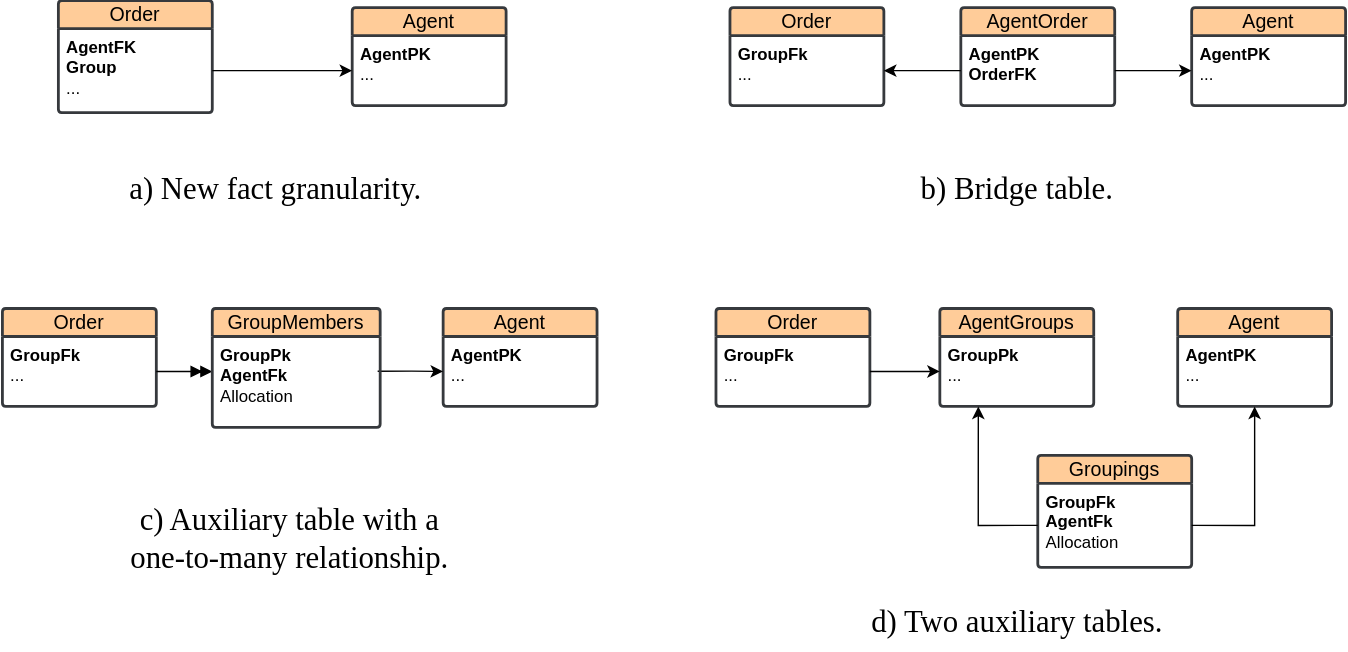
This is DSD/src/img/multivalued_dimensions.svg from Slocon00/DSS-2526-notes, a draw.io export, as it was before one commit. Source tidied: cells renumbered, new cells last; positions are measured from the earlier drawing's top-left corner, leaving out a move shared by most shapes.
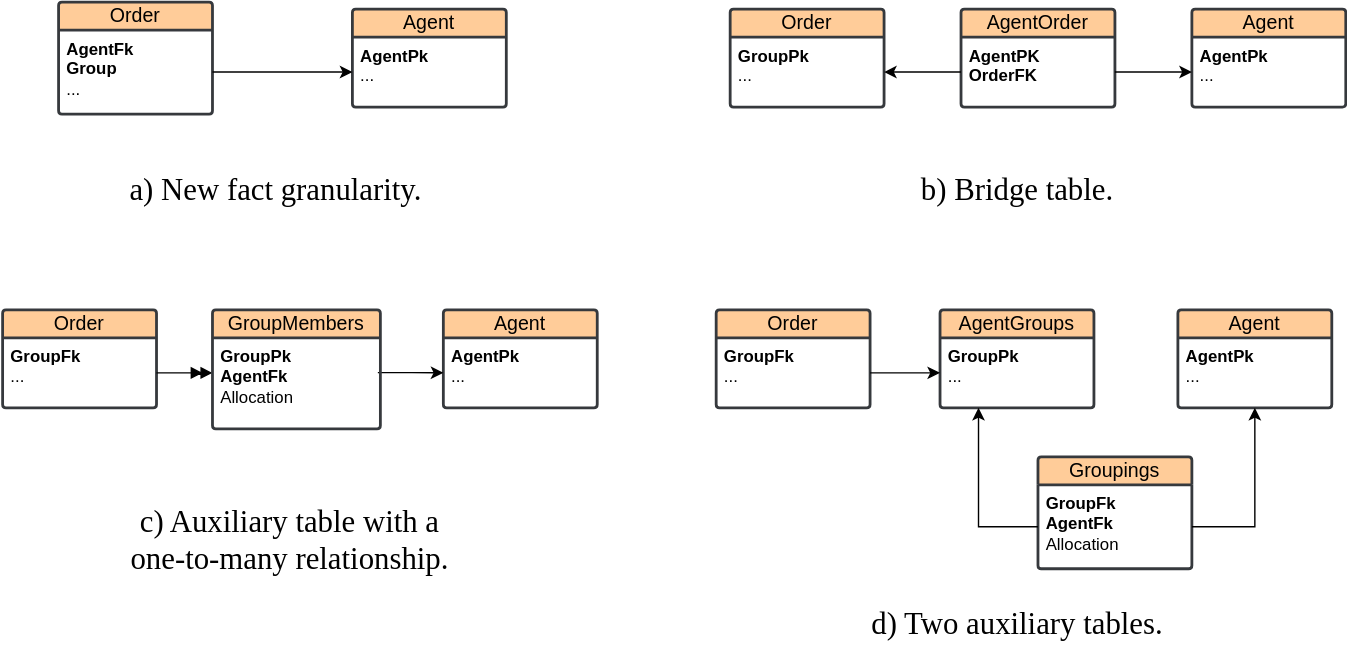
After the commit.

Change to the diagram source:
```diff
@@ -5,13 +5,13 @@
     <mxCell id="2" value="Order" style="swimlane;horizontal=1;startSize=20;rounded=1;fontSize=14;fontStyle=0;strokeWidth=2;shadow=0;dashed=0;align=center;arcSize=4;whiteSpace=wrap;html=1;fillColor=#ffcc99;strokeColor=#36393d;" parent="1" vertex="1">
       <mxGeometry x="40" width="110" height="80" as="geometry" />
     </mxCell>
-    <mxCell id="3" value="&lt;b&gt;AgentFK&lt;/b&gt;&lt;div&gt;&lt;b&gt;Group&lt;/b&gt;&lt;/div&gt;&lt;div&gt;...&lt;/div&gt;" style="align=left;strokeColor=none;fillColor=none;spacingLeft=4;fontSize=12;verticalAlign=top;html=1;" parent="2" vertex="1">
+    <mxCell id="3" value="&lt;b&gt;AgentFk&lt;/b&gt;&lt;div&gt;&lt;b&gt;Group&lt;/b&gt;&lt;/div&gt;&lt;div&gt;...&lt;/div&gt;" style="align=left;strokeColor=none;fillColor=none;spacingLeft=4;fontSize=12;verticalAlign=top;html=1;" parent="2" vertex="1">
       <mxGeometry y="20" width="110" height="60" as="geometry" />
     </mxCell>
     <mxCell id="4" value="Agent" style="swimlane;horizontal=1;startSize=20;rounded=1;fontSize=14;fontStyle=0;strokeWidth=2;shadow=0;dashed=0;align=center;arcSize=4;whiteSpace=wrap;html=1;fillColor=#ffcc99;strokeColor=#36393d;" parent="1" vertex="1">
       <mxGeometry x="250" y="5" width="110" height="70" as="geometry" />
     </mxCell>
-    <mxCell id="5" value="&lt;b&gt;AgentPK&lt;/b&gt;&lt;div&gt;...&lt;/div&gt;" style="align=left;strokeColor=none;fillColor=none;spacingLeft=4;fontSize=12;verticalAlign=top;html=1;" parent="4" vertex="1">
+    <mxCell id="5" value="&lt;b&gt;AgentPk&lt;/b&gt;&lt;div&gt;...&lt;/div&gt;" style="align=left;strokeColor=none;fillColor=none;spacingLeft=4;fontSize=12;verticalAlign=top;html=1;" parent="4" vertex="1">
       <mxGeometry y="20" width="110" height="50" as="geometry" />
     </mxCell>
     <mxCell id="6" style="edgeStyle=orthogonalEdgeStyle;rounded=0;jettySize=auto;html=1;entryX=0;entryY=0.5;entryDx=0;entryDy=0;" parent="1" edge="1" source="3" target="5">
@@ -23,13 +23,13 @@
     <mxCell id="8" value="Order" style="swimlane;horizontal=1;startSize=20;rounded=1;fontSize=14;fontStyle=0;strokeWidth=2;shadow=0;dashed=0;align=center;arcSize=4;whiteSpace=wrap;html=1;fillColor=#ffcc99;strokeColor=#36393d;" parent="1" vertex="1">
       <mxGeometry x="520" y="5" width="110" height="70" as="geometry" />
     </mxCell>
-    <mxCell id="9" value="&lt;b&gt;GroupFk&lt;/b&gt;&lt;br&gt;&lt;div&gt;...&lt;/div&gt;" style="align=left;strokeColor=none;fillColor=none;spacingLeft=4;fontSize=12;verticalAlign=top;html=1;" parent="8" vertex="1">
+    <mxCell id="9" value="&lt;b&gt;GroupPk&lt;/b&gt;&lt;br&gt;&lt;div&gt;...&lt;/div&gt;" style="align=left;strokeColor=none;fillColor=none;spacingLeft=4;fontSize=12;verticalAlign=top;html=1;" parent="8" vertex="1">
       <mxGeometry y="20" width="110" height="50" as="geometry" />
     </mxCell>
     <mxCell id="10" value="Agent" style="swimlane;horizontal=1;startSize=20;rounded=1;fontSize=14;fontStyle=0;strokeWidth=2;shadow=0;dashed=0;align=center;arcSize=4;whiteSpace=wrap;html=1;fillColor=#ffcc99;strokeColor=#36393d;" parent="1" vertex="1">
       <mxGeometry x="850" y="5" width="110" height="70" as="geometry" />
     </mxCell>
-    <mxCell id="11" value="&lt;b&gt;AgentPK&lt;/b&gt;&lt;div&gt;...&lt;/div&gt;" style="align=left;strokeColor=none;fillColor=none;spacingLeft=4;fontSize=12;verticalAlign=top;html=1;" parent="10" vertex="1">
+    <mxCell id="11" value="&lt;b&gt;AgentPk&lt;/b&gt;&lt;div&gt;...&lt;/div&gt;" style="align=left;strokeColor=none;fillColor=none;spacingLeft=4;fontSize=12;verticalAlign=top;html=1;" parent="10" vertex="1">
       <mxGeometry y="20" width="110" height="50" as="geometry" />
     </mxCell>
     <mxCell id="12" value="AgentOrder" style="swimlane;horizontal=1;startSize=20;rounded=1;fontSize=14;fontStyle=0;strokeWidth=2;shadow=0;dashed=0;align=center;arcSize=4;whiteSpace=wrap;html=1;fillColor=#ffcc99;strokeColor=#36393d;" parent="1" vertex="1">
@@ -56,7 +56,7 @@
     <mxCell id="19" value="Agent" style="swimlane;horizontal=1;startSize=20;rounded=1;fontSize=14;fontStyle=0;strokeWidth=2;shadow=0;dashed=0;align=center;arcSize=4;whiteSpace=wrap;html=1;fillColor=#ffcc99;strokeColor=#36393d;" parent="1" vertex="1">
       <mxGeometry x="315" y="220" width="110" height="70" as="geometry" />
     </mxCell>
-    <mxCell id="20" value="&lt;b&gt;AgentPK&lt;/b&gt;&lt;div&gt;...&lt;/div&gt;" style="align=left;strokeColor=none;fillColor=none;spacingLeft=4;fontSize=12;verticalAlign=top;html=1;" parent="19" vertex="1">
+    <mxCell id="20" value="&lt;b&gt;AgentPk&lt;/b&gt;&lt;div&gt;...&lt;/div&gt;" style="align=left;strokeColor=none;fillColor=none;spacingLeft=4;fontSize=12;verticalAlign=top;html=1;" parent="19" vertex="1">
       <mxGeometry y="20" width="110" height="50" as="geometry" />
     </mxCell>
     <mxCell id="21" style="edgeStyle=orthogonalEdgeStyle;rounded=0;jettySize=auto;html=1;entryX=0;entryY=0.5;entryDx=0;entryDy=0;exitX=0.985;exitY=0.382;exitDx=0;exitDy=0;exitPerimeter=0;" parent="1" edge="1" source="25" target="20">
@@ -98,7 +98,7 @@
     <mxCell id="33" value="Agent" style="swimlane;horizontal=1;startSize=20;rounded=1;fontSize=14;fontStyle=0;strokeWidth=2;shadow=0;dashed=0;align=center;arcSize=4;whiteSpace=wrap;html=1;fillColor=#ffcc99;strokeColor=#36393d;" parent="1" vertex="1">
       <mxGeometry x="840" y="220" width="110" height="70" as="geometry" />
     </mxCell>
-    <mxCell id="34" value="&lt;b&gt;AgentPK&lt;/b&gt;&lt;div&gt;...&lt;/div&gt;" style="align=left;strokeColor=none;fillColor=none;spacingLeft=4;fontSize=12;verticalAlign=top;html=1;" parent="33" vertex="1">
+    <mxCell id="34" value="&lt;b&gt;AgentPk&lt;/b&gt;&lt;div&gt;...&lt;/div&gt;" style="align=left;strokeColor=none;fillColor=none;spacingLeft=4;fontSize=12;verticalAlign=top;html=1;" parent="33" vertex="1">
       <mxGeometry y="20" width="110" height="50" as="geometry" />
     </mxCell>
     <mxCell id="35" style="edgeStyle=orthogonalEdgeStyle;rounded=0;jettySize=auto;html=1;entryX=0.25;entryY=1;entryDx=0;entryDy=0;exitX=0;exitY=0.5;exitDx=0;exitDy=0;" parent="1" edge="1" source="31" target="29">
```
